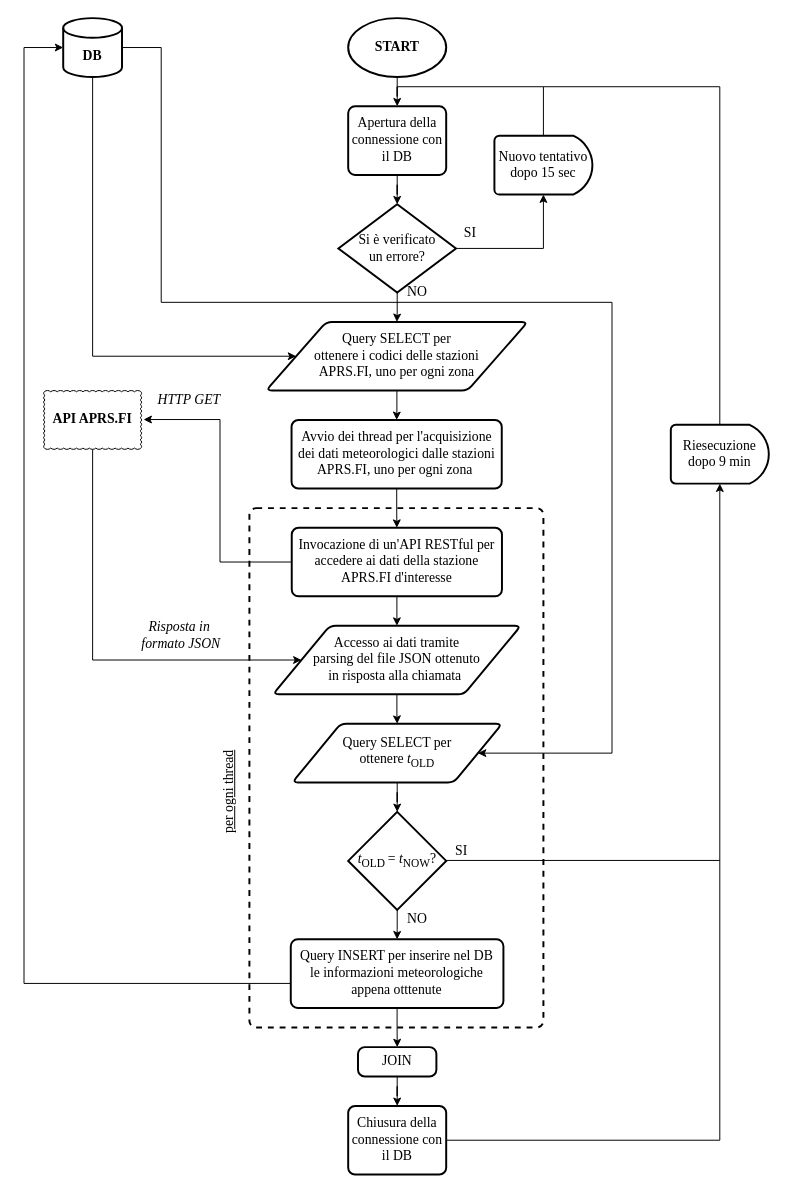
Earlier version of the draw.io diagram Iterazioni/Documentazione/Iterazione 3/OtherFiles/FC - data collector.drawio (matteoverzeroli/LVSEmergency). Source tidied: cells renumbered, new cells numbered last; positions are measured from the earlier drawing's top-left corner, leaving out a move shared by most shapes. Both pictures are drawn from the tidied source at 98%, with x=0, y=0 at pixel (24, 18).
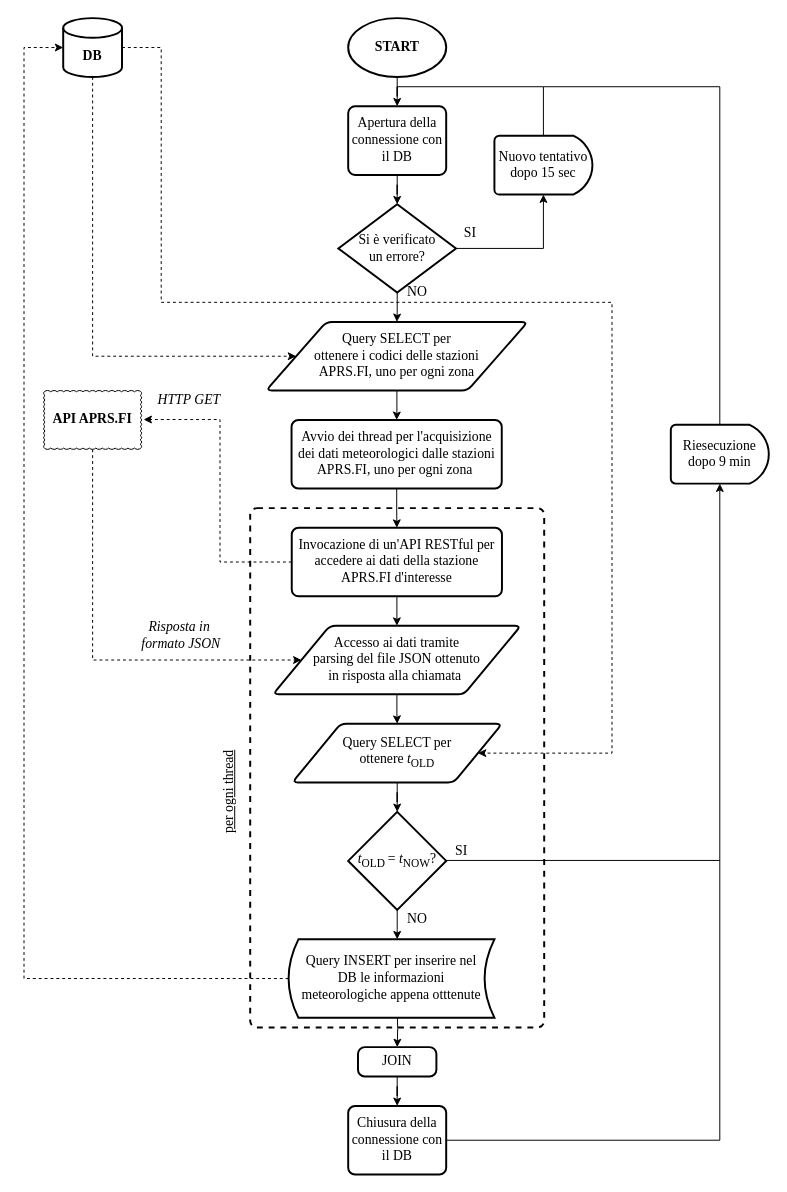
The same page after the edit.

The change refers to these unchanged cells:
```xml
<mxCell id="6" value="&lt;br&gt;&lt;b&gt;DB&lt;/b&gt;" style="strokeWidth=2;html=1;shape=mxgraph.flowchart.database;whiteSpace=wrap;fontFamily=Times New Roman;fontSize=14;" parent="1" vertex="1">
  <mxGeometry x="40" width="60" height="60" as="geometry" />
</mxCell>
<mxCell id="8" value="&lt;b&gt;API APRS.FI&lt;/b&gt;" style="whiteSpace=wrap;html=1;shape=mxgraph.basic.cloud_rect;fontFamily=Times New Roman;fontSize=14;" parent="1" vertex="1">
  <mxGeometry x="20" y="380" width="100" height="60" as="geometry" />
</mxCell>
<mxCell id="18" value="Query SELECT per &lt;br&gt;ottenere i codici delle stazioni &lt;br&gt;APRS.FI, uno per ogni zona" style="shape=parallelogram;html=1;strokeWidth=2;perimeter=parallelogramPerimeter;whiteSpace=wrap;rounded=1;arcSize=12;size=0.23;fontFamily=Times New Roman;fontSize=14;" parent="1" vertex="1">
  <mxGeometry x="247" y="310" width="267" height="70" as="geometry" />
</mxCell>
<mxCell id="23" value="Invocazione di un'API RESTful per accedere ai dati della stazione APRS.FI d'interesse" style="rounded=1;whiteSpace=wrap;html=1;absoluteArcSize=1;arcSize=14;strokeWidth=2;fontFamily=Times New Roman;fontSize=14;" parent="1" vertex="1">
  <mxGeometry x="273.2" y="520" width="214.5" height="70" as="geometry" />
</mxCell>
<mxCell id="27" value="Accesso ai dati tramite &lt;br&gt;parsing del file JSON ottenuto &lt;br&gt;in risposta alla chiamata&amp;nbsp;" style="shape=parallelogram;html=1;strokeWidth=2;perimeter=parallelogramPerimeter;whiteSpace=wrap;rounded=1;arcSize=12;size=0.23;fontFamily=Times New Roman;fontSize=14;" parent="1" vertex="1">
  <mxGeometry x="254" y="620" width="253" height="70" as="geometry" />
</mxCell>
<mxCell id="33" value="JOIN" style="rounded=1;whiteSpace=wrap;html=1;absoluteArcSize=1;arcSize=14;strokeWidth=2;fontFamily=Times New Roman;fontSize=14;fillColor=default;" parent="1" vertex="1">
  <mxGeometry x="340.8" y="1050" width="80" height="30" as="geometry" />
</mxCell>
<mxCell id="38" value="Query SELECT per &lt;br&gt;ottenere &lt;i&gt;t&lt;/i&gt;&lt;sub&gt;OLD&lt;/sub&gt;" style="shape=parallelogram;html=1;strokeWidth=2;perimeter=parallelogramPerimeter;whiteSpace=wrap;rounded=1;arcSize=12;size=0.23;fontFamily=Times New Roman;fontSize=14;" parent="1" vertex="1">
  <mxGeometry x="273.8" y="720" width="214" height="60" as="geometry" />
</mxCell>
<mxCell id="40" value="&lt;i&gt;t&lt;/i&gt;&lt;sub&gt;OLD &lt;/sub&gt;= &lt;i&gt;t&lt;/i&gt;&lt;sub&gt;NOW&lt;/sub&gt;?" style="strokeWidth=2;html=1;shape=mxgraph.flowchart.decision;whiteSpace=wrap;fontFamily=Times New Roman;fontSize=14;fillColor=default;" parent="1" vertex="1">
  <mxGeometry x="330.8" y="810" width="100" height="100" as="geometry" />
</mxCell>
```

Change to the diagram source:
```diff
@@
-    <mxCell id="4" style="edgeStyle=orthogonalEdgeStyle;rounded=0;jettySize=auto;html=1;entryX=0;entryY=0.5;entryDx=0;entryDy=0;fontFamily=Times New Roman;fontSize=14;" parent="1" edge="1" source="6" target="18">
+    <mxCell id="4" style="edgeStyle=orthogonalEdgeStyle;rounded=0;jettySize=auto;html=1;entryX=0;entryY=0.5;entryDx=0;entryDy=0;fontFamily=Times New Roman;fontSize=14;dashed=1;" parent="1" edge="1" source="6" target="18">
       <mxGeometry relative="1" as="geometry">
         <Array as="points">
           <mxPoint x="70" y="345" />
         </Array>
       </mxGeometry>
     </mxCell>
-    <mxCell id="5" style="edgeStyle=orthogonalEdgeStyle;rounded=0;jettySize=auto;html=1;fontFamily=Times New Roman;fontSize=14;entryX=1;entryY=0.5;entryDx=0;entryDy=0;" parent="1" edge="1" source="6" target="38">
+    <mxCell id="5" style="edgeStyle=orthogonalEdgeStyle;rounded=0;jettySize=auto;html=1;fontFamily=Times New Roman;fontSize=14;entryX=1;entryY=0.5;entryDx=0;entryDy=0;dashed=1;" parent="1" edge="1" source="6" target="38">
       <mxGeometry relative="1" as="geometry">
         <Array as="points">
           <mxPoint x="140" y="30" />
           <mxPoint x="140" y="290" />
           <mxPoint x="600" y="290" />
           <mxPoint x="600" y="750" />
         </Array>
       </mxGeometry>
     </mxCell>
@@
-    <mxCell id="7" style="edgeStyle=orthogonalEdgeStyle;rounded=0;jettySize=auto;html=1;entryX=0;entryY=0.5;entryDx=0;entryDy=0;fontFamily=Times New Roman;fontSize=14;" parent="1" edge="1" source="8" target="27">
+    <mxCell id="7" style="edgeStyle=orthogonalEdgeStyle;rounded=0;jettySize=auto;html=1;entryX=0;entryY=0.5;entryDx=0;entryDy=0;fontFamily=Times New Roman;fontSize=14;dashed=1;" parent="1" edge="1" source="8" target="27">
       <mxGeometry relative="1" as="geometry">
         <Array as="points">
           <mxPoint x="70" y="655" />
         </Array>
       </mxGeometry>
     </mxCell>
@@
-    <mxCell id="21" style="edgeStyle=orthogonalEdgeStyle;rounded=0;jettySize=auto;html=1;entryX=1.02;entryY=0.493;entryDx=0;entryDy=0;entryPerimeter=0;fontFamily=Times New Roman;fontSize=14;" parent="1" edge="1" source="23" target="8">
+    <mxCell id="21" style="edgeStyle=orthogonalEdgeStyle;rounded=0;jettySize=auto;html=1;entryX=1.02;entryY=0.493;entryDx=0;entryDy=0;entryPerimeter=0;fontFamily=Times New Roman;fontSize=14;dashed=1;" parent="1" edge="1" source="23" target="8">
       <mxGeometry relative="1" as="geometry">
         <Array as="points">
           <mxPoint x="200" y="555" />
           <mxPoint x="200" y="410" />
         </Array>
       </mxGeometry>
     </mxCell>
@@
     <mxCell id="24" style="rounded=1;whiteSpace=wrap;html=1;absoluteArcSize=1;arcSize=14;strokeWidth=2;fontFamily=Times New Roman;fontSize=14;fillColor=none;dashed=1;" parent="1" vertex="1">
-      <mxGeometry x="230" y="500" width="300" height="530" as="geometry" />
+      <mxGeometry x="230.8" y="500" width="300" height="530" as="geometry" />
     </mxCell>
@@
-    <mxCell id="29" style="edgeStyle=orthogonalEdgeStyle;rounded=0;jettySize=auto;html=1;entryX=0.5;entryY=0;entryDx=0;entryDy=0;fontFamily=Times New Roman;fontSize=14;" parent="1" edge="1" source="31" target="33">
-      <mxGeometry relative="1" as="geometry" />
+    <mxCell id="29" style="edgeStyle=orthogonalEdgeStyle;rounded=0;jettySize=auto;html=1;entryX=0.5;entryY=0;entryDx=0;entryDy=0;fontFamily=Times New Roman;fontSize=14;" parent="1" edge="1" target="33">
+      <mxGeometry relative="1" as="geometry">
+        <mxPoint x="380.8" y="1010" as="sourcePoint" />
+      </mxGeometry>
     </mxCell>
-    <mxCell id="30" style="edgeStyle=orthogonalEdgeStyle;rounded=0;jettySize=auto;html=1;entryX=0;entryY=0.5;entryDx=0;entryDy=0;entryPerimeter=0;fontFamily=Times New Roman;fontSize=14;" parent="1" edge="1" source="31" target="6">
+    <mxCell id="30" style="edgeStyle=orthogonalEdgeStyle;rounded=0;jettySize=auto;html=1;entryX=0;entryY=0.5;entryDx=0;entryDy=0;entryPerimeter=0;fontFamily=Times New Roman;fontSize=14;exitX=0;exitY=0.5;exitDx=0;exitDy=0;dashed=1;" parent="1" edge="1" source="31" target="6">
       <mxGeometry relative="1" as="geometry">
         <Array as="points">
-          <mxPoint y="985" />
+          <mxPoint y="980" />
           <mxPoint y="30" />
         </Array>
       </mxGeometry>
     </mxCell>
-    <mxCell id="31" value="&lt;span&gt;Query INSERT per inserire nel DB &lt;br&gt;le informazioni meteorologiche&lt;/span&gt;&lt;br&gt;&lt;span&gt;appena otttenute&lt;/span&gt;" style="rounded=1;whiteSpace=wrap;html=1;absoluteArcSize=1;arcSize=14;strokeWidth=2;fontFamily=Times New Roman;fontSize=14;fillColor=default;" parent="1" vertex="1">
-      <mxGeometry x="272.2" y="940" width="217" height="70" as="geometry" />
-    </mxCell>
@@
-    <mxCell id="39" style="edgeStyle=orthogonalEdgeStyle;rounded=0;jettySize=auto;html=1;entryX=0.5;entryY=0;entryDx=0;entryDy=0;fontFamily=Times New Roman;fontSize=14;" parent="1" edge="1" source="40" target="31">
-      <mxGeometry relative="1" as="geometry" />
+    <mxCell id="39" style="edgeStyle=orthogonalEdgeStyle;rounded=0;jettySize=auto;html=1;entryX=0.5;entryY=0;entryDx=0;entryDy=0;fontFamily=Times New Roman;fontSize=14;" parent="1" edge="1" source="40">
+      <mxGeometry relative="1" as="geometry">
+        <mxPoint x="380.8" y="940" as="targetPoint" />
+      </mxGeometry>
     </mxCell>
@@
+    <mxCell id="31" value="&lt;span style=&quot;font-family: &amp;#34;times new roman&amp;#34; ; font-size: 14px&quot;&gt;Query INSERT per inserire nel &lt;br&gt;DB le informazioni &lt;br&gt;meteorologiche&amp;nbsp;&lt;/span&gt;&lt;span style=&quot;font-family: &amp;#34;times new roman&amp;#34; ; font-size: 14px&quot;&gt;appena otttenute&lt;/span&gt;" style="shape=dataStorage;whiteSpace=wrap;html=1;fixedSize=1;strokeWidth=2;size=10;" parent="1" vertex="1">
+      <mxGeometry x="270" y="940" width="210" height="80" as="geometry" />
+    </mxCell>
```
